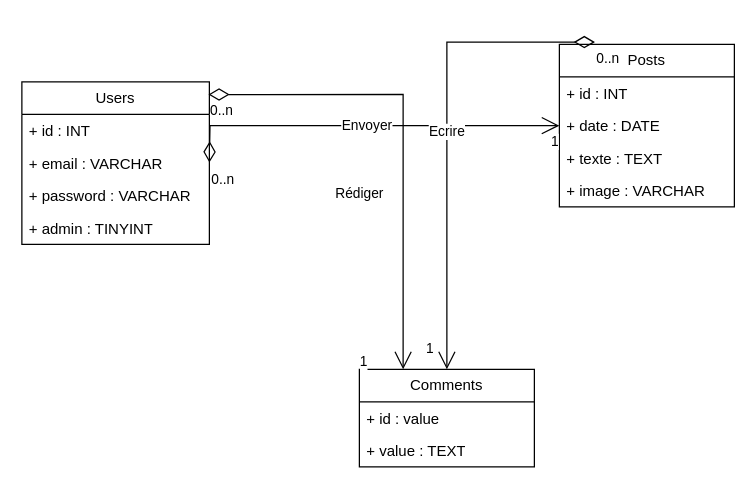
GloireDianzenza/ProjetFinal keeps this draw.io diagram as documentation/Dossier Projet/graph.drawio. Above is the earlier version. Source tidied: cells renumbered, new cells numbered last; positions are measured from the earlier drawing's top-left corner, leaving out a move shared by most shapes. Both pictures are drawn from the tidied source at 125%, with x=0, y=0 at pixel (21, 44).
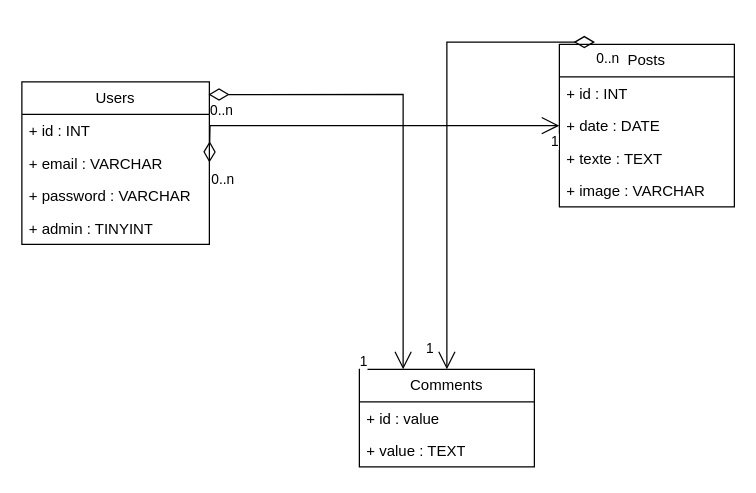
After the change.

The change refers to these unchanged cells:
```xml
<mxCell id="2" value="Users" style="swimlane;fontStyle=0;horizontal=1;startSize=26;fillColor=none;whiteSpace=wrap;html=1;" parent="1" vertex="1">
  <mxGeometry y="30" width="150" height="130" as="geometry" />
</mxCell>
<mxCell id="7" value="Posts" style="swimlane;fontStyle=0;horizontal=1;startSize=26;fillColor=none;whiteSpace=wrap;html=1;" parent="1" vertex="1">
  <mxGeometry x="430" width="140" height="130" as="geometry" />
</mxCell>
<mxCell id="9" value="+ date : DATE" style="text;strokeColor=none;fillColor=none;align=left;verticalAlign=top;spacingLeft=4;spacingRight=4;overflow=hidden;points=[[0,0.5],[1,0.5]];portConstraint=eastwest;whiteSpace=wrap;html=1;" parent="7" vertex="1">
  <mxGeometry y="52" width="140" height="26" as="geometry" />
</mxCell>
<mxCell id="12" value="Comments" style="swimlane;fontStyle=0;horizontal=1;startSize=26;fillColor=none;whiteSpace=wrap;html=1;" parent="1" vertex="1">
  <mxGeometry x="270" y="260" width="140" height="78" as="geometry" />
</mxCell>
```

The edit, as a diff of the source:
```diff
@@
-    <mxCell id="15" value="Envoyer" style="endArrow=open;html=1;endSize=12;startArrow=diamondThin;startSize=14;startFill=0;edgeStyle=orthogonalEdgeStyle;rounded=0;entryX=0;entryY=0.5;entryDx=0;entryDy=0;" parent="1" edge="1" target="9">
+    <mxCell id="15" style="endArrow=open;html=1;endSize=12;startArrow=diamondThin;startSize=14;startFill=0;edgeStyle=orthogonalEdgeStyle;rounded=0;entryX=0;entryY=0.5;entryDx=0;entryDy=0;" parent="1" edge="1" target="9">
       <mxGeometry relative="1" as="geometry">
         <mxPoint x="150" y="94.5" as="sourcePoint" />
       </mxGeometry>
     </mxCell>
@@
-    <mxCell id="18" value="Ecrire" style="endArrow=open;html=1;endSize=12;startArrow=diamondThin;startSize=14;startFill=0;edgeStyle=orthogonalEdgeStyle;rounded=0;entryX=0.5;entryY=0;entryDx=0;entryDy=0;exitX=0.203;exitY=-0.014;exitDx=0;exitDy=0;exitPerimeter=0;" parent="1" edge="1" source="7" target="12">
+    <mxCell id="18" style="endArrow=open;html=1;endSize=12;startArrow=diamondThin;startSize=14;startFill=0;edgeStyle=orthogonalEdgeStyle;rounded=0;entryX=0.5;entryY=0;entryDx=0;entryDy=0;exitX=0.203;exitY=-0.014;exitDx=0;exitDy=0;exitPerimeter=0;" parent="1" edge="1" source="7" target="12">
       <mxGeometry relative="1" as="geometry" />
     </mxCell>
@@
-    <mxCell id="21" value="Rédiger" style="endArrow=open;html=1;endSize=12;startArrow=diamondThin;startSize=14;startFill=0;edgeStyle=orthogonalEdgeStyle;rounded=0;exitX=0.995;exitY=0.078;exitDx=0;exitDy=0;exitPerimeter=0;entryX=0.25;entryY=0;entryDx=0;entryDy=0;" parent="1" edge="1" source="2" target="12">
-      <mxGeometry x="0.25" y="-35" relative="1" as="geometry" />
+    <mxCell id="21" style="endArrow=open;html=1;endSize=12;startArrow=diamondThin;startSize=14;startFill=0;edgeStyle=orthogonalEdgeStyle;rounded=0;exitX=0.995;exitY=0.078;exitDx=0;exitDy=0;exitPerimeter=0;entryX=0.25;entryY=0;entryDx=0;entryDy=0;" parent="1" edge="1" source="2" target="12">
+      <mxGeometry x="0.47" y="-115" relative="1" as="geometry" />
     </mxCell>
```
